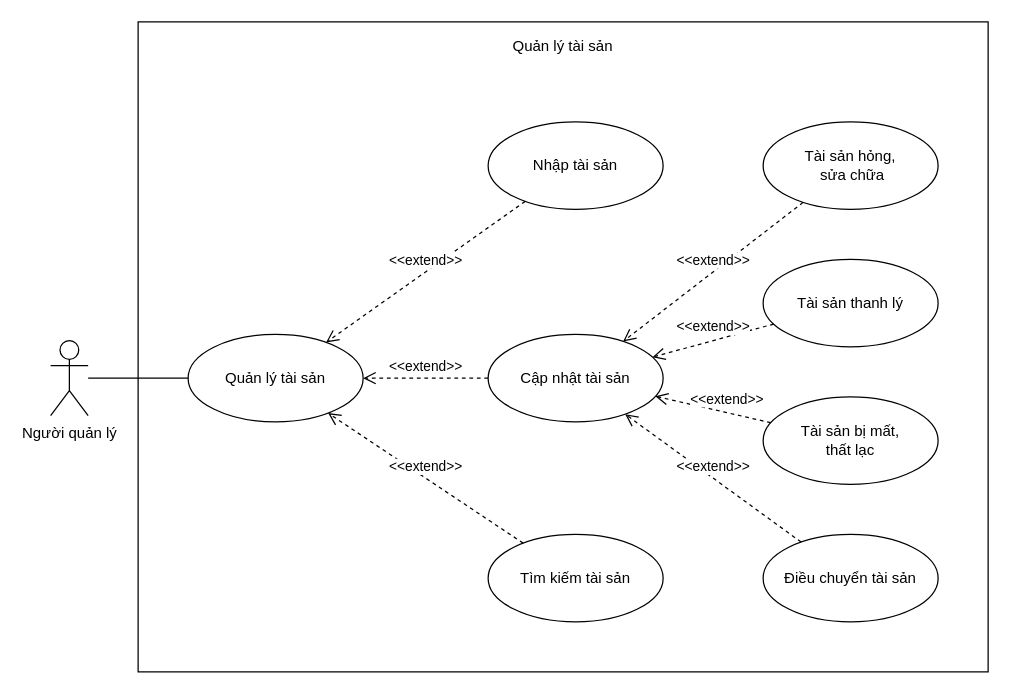
Above: page "QL kho" (4 of 5) of PJ 2B usecase diagram.drawio in LocalHost127000/OODA (draw.io), before the change. Source tidied: cells renumbered, new cells numbered last; positions are measured from the earlier drawing's top-left corner, leaving out a move shared by most shapes. Both pictures are drawn from the tidied source at 125%, with x=0, y=0 at pixel (50, 21).
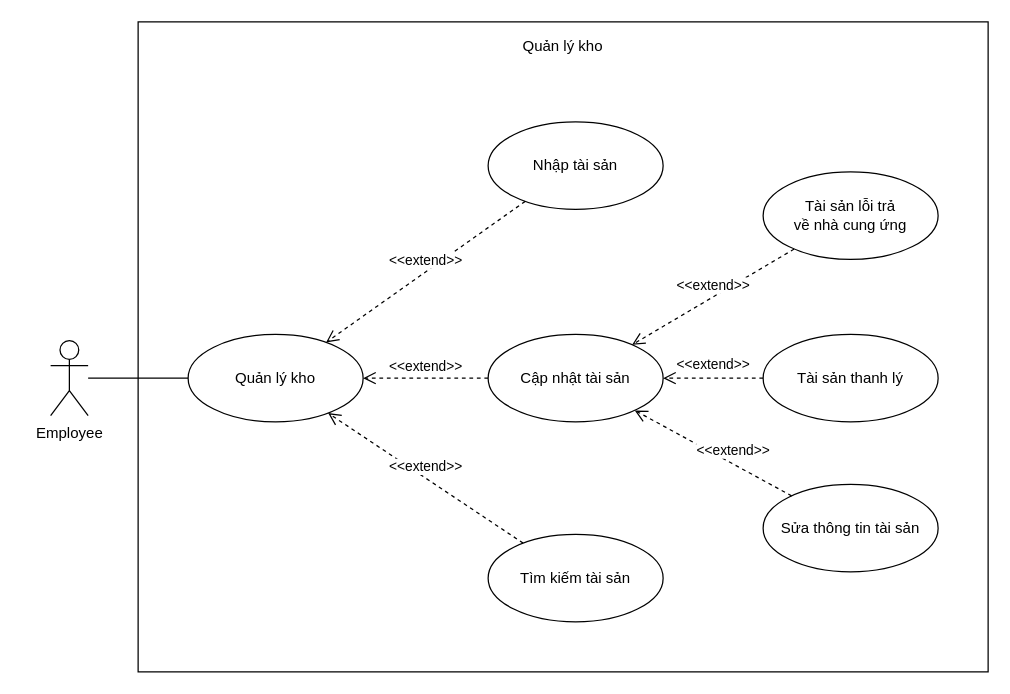
Above is the later version.

Unchanged cells that the change refers to:
```xml
<mxCell id="3" value="Cập nhật&amp;nbsp;tài sản" style="ellipse;whiteSpace=wrap;html=1;fillColor=none;" parent="1" vertex="1">
  <mxGeometry x="350" y="250" width="140" height="70" as="geometry" />
</mxCell>
```

Change to the diagram source:
```diff
@@
-    <mxCell id="5" value="Điều chuyển tài sản" style="ellipse;whiteSpace=wrap;html=1;fillColor=none;" parent="1" vertex="1">
-      <mxGeometry x="570" y="410" width="140" height="70" as="geometry" />
-    </mxCell>
@@
-    <mxCell id="7" value="Tài sản hỏng,&lt;br&gt;&amp;nbsp;sửa chữa" style="ellipse;whiteSpace=wrap;html=1;fillColor=none;" parent="1" vertex="1">
-      <mxGeometry x="570" y="80" width="140" height="70" as="geometry" />
+    <mxCell id="7" value="Tài sản lỗi trả&lt;br&gt;về nhà cung ứng" style="ellipse;whiteSpace=wrap;html=1;fillColor=none;" parent="1" vertex="1">
+      <mxGeometry x="570" y="120" width="140" height="70" as="geometry" />
     </mxCell>
     <mxCell id="8" value="Tài sản thanh lý" style="ellipse;whiteSpace=wrap;html=1;fillColor=none;" parent="1" vertex="1">
-      <mxGeometry x="570" y="190" width="140" height="70" as="geometry" />
+      <mxGeometry x="570" y="250" width="140" height="70" as="geometry" />
     </mxCell>
-    <mxCell id="9" value="Tài sản bị mất,&lt;br&gt;thất lạc" style="ellipse;whiteSpace=wrap;html=1;fillColor=none;" parent="1" vertex="1">
-      <mxGeometry x="570" y="300" width="140" height="70" as="geometry" />
+    <mxCell id="9" value="Sửa thông tin tài sản" style="ellipse;whiteSpace=wrap;html=1;fillColor=none;" parent="1" vertex="1">
+      <mxGeometry x="570" y="370" width="140" height="70" as="geometry" />
     </mxCell>
@@
-    <mxCell id="13" value="&amp;lt;&amp;lt;extend&amp;gt;&amp;gt;" style="html=1;verticalAlign=bottom;endArrow=open;dashed=1;endSize=8;strokeWidth=1;" parent="1" edge="1" source="5" target="3">
-      <mxGeometry relative="1" as="geometry" />
-    </mxCell>
-    <mxCell id="14" value="Quản lý tài sản" style="ellipse;whiteSpace=wrap;html=1;fillColor=none;" parent="1" vertex="1">
+    <mxCell id="14" value="Quản lý kho" style="ellipse;whiteSpace=wrap;html=1;fillColor=none;" parent="1" vertex="1">
       <mxGeometry x="110" y="250" width="140" height="70" as="geometry" />
     </mxCell>
@@
-    <mxCell id="18" value="Quản lý tài sản" style="text;html=1;strokeColor=none;fillColor=none;align=center;verticalAlign=middle;whiteSpace=wrap;rounded=0;" parent="1" vertex="1">
+    <mxCell id="18" value="Quản lý kho" style="text;html=1;strokeColor=none;fillColor=none;align=center;verticalAlign=middle;whiteSpace=wrap;rounded=0;" parent="1" vertex="1">
       <mxGeometry x="307" y="10" width="206" height="20" as="geometry" />
     </mxCell>
@@
-    <mxCell id="20" value="Người quản lý" style="shape=umlActor;verticalLabelPosition=bottom;verticalAlign=top;html=1;outlineConnect=0;fillColor=none;" parent="1" vertex="1">
+    <mxCell id="20" value="Employee" style="shape=umlActor;verticalLabelPosition=bottom;verticalAlign=top;html=1;outlineConnect=0;fillColor=none;" parent="1" vertex="1">
       <mxGeometry y="255" width="30" height="60" as="geometry" />
     </mxCell>
```
